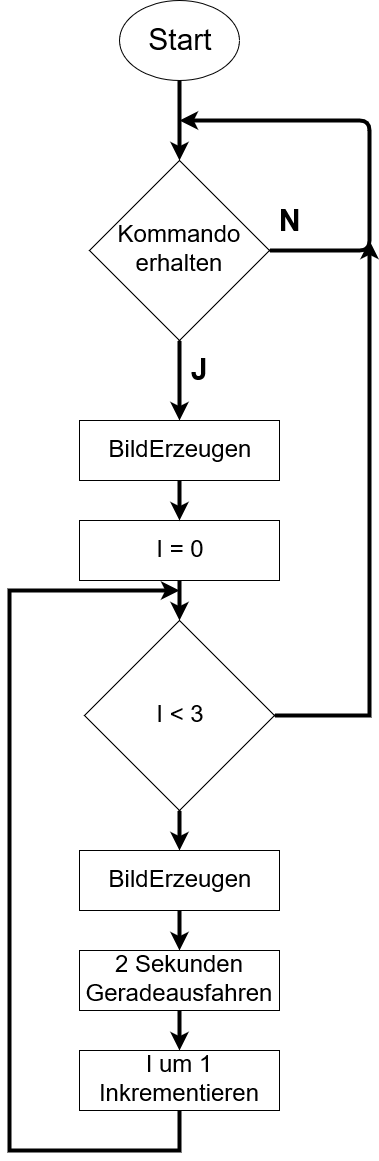
The draw.io diagram Ablaufdiagramm.png in GretaThunbergUltras/Aufgabe-11, before a commit. Source tidied: cells renumbered, new cells last; positions are measured from the earlier drawing's top-left corner, leaving out a move shared by most shapes.
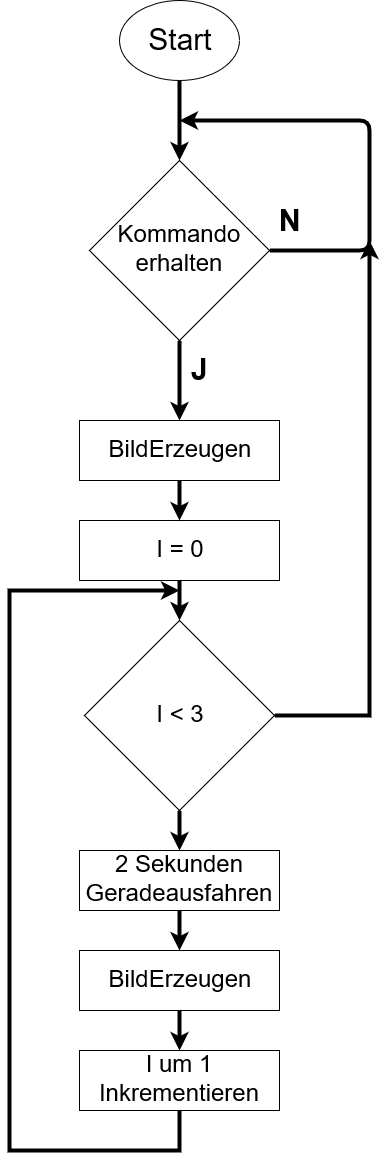
Later version of the same file.

Commit message:
Präsentation added Ablaufdiagramm edited

What changed in the source:
```diff
@@ -49,32 +49,28 @@
     <mxCell id="12" style="endArrow=classic;html=1;strokeWidth=4;exitX=0.5;exitY=1;exitDx=0;exitDy=0;entryX=0.5;entryY=0;entryDx=0;entryDy=0;" parent="1" edge="1" source="9" target="11">
       <mxGeometry relative="1" as="geometry" />
     </mxCell>
-    <mxCell id="13" style="edgeStyle=orthogonalEdgeStyle;rounded=0;jettySize=auto;html=1;entryX=0.5;entryY=0;entryDx=0;entryDy=0;strokeWidth=4;" parent="1" edge="1" source="15" target="17">
-      <mxGeometry relative="1" as="geometry" />
-    </mxCell>
     <mxCell id="14" style="edgeStyle=orthogonalEdgeStyle;rounded=0;jettySize=auto;html=1;strokeWidth=4;" parent="1" edge="1" source="15">
       <mxGeometry relative="1" as="geometry">
         <mxPoint x="360" y="240" as="targetPoint" />
       </mxGeometry>
     </mxCell>
+    <mxCell id="22" style="edgeStyle=orthogonalEdgeStyle;rounded=0;jettySize=auto;html=1;exitX=0.5;exitY=1;exitDx=0;exitDy=0;entryX=0.5;entryY=0;entryDx=0;entryDy=0;strokeWidth=4;" parent="1" edge="1" source="15" target="19">
+      <mxGeometry relative="1" as="geometry" />
+    </mxCell>
     <mxCell id="15" value="&lt;font style=&quot;font-size: 24px&quot;&gt;I &amp;lt; 3&lt;/font&gt;" style="rhombus;whiteSpace=wrap;html=1;" parent="1" vertex="1">
       <mxGeometry x="75" y="620" width="190" height="190" as="geometry" />
     </mxCell>
-    <mxCell id="16" style="edgeStyle=orthogonalEdgeStyle;rounded=0;jettySize=auto;html=1;strokeWidth=4;" parent="1" edge="1" source="17">
-      <mxGeometry relative="1" as="geometry">
-        <mxPoint x="170" y="950" as="targetPoint" />
-      </mxGeometry>
-    </mxCell>
+    <mxCell id="23" style="edgeStyle=orthogonalEdgeStyle;rounded=0;jettySize=auto;html=1;entryX=0.5;entryY=0;entryDx=0;entryDy=0;strokeWidth=4;" parent="1" edge="1" source="17" target="21">
+      <mxGeometry relative="1" as="geometry" />
+    </mxCell>
     <mxCell id="17" value="&lt;font style=&quot;font-size: 24px&quot;&gt;BildErzeugen&lt;/font&gt;" style="rounded=0;whiteSpace=wrap;html=1;" parent="1" vertex="1">
-      <mxGeometry x="70" y="850" width="200" height="60" as="geometry" />
+      <mxGeometry x="70" y="950" width="200" height="60" as="geometry" />
     </mxCell>
-    <mxCell id="18" style="edgeStyle=orthogonalEdgeStyle;rounded=0;jettySize=auto;html=1;strokeWidth=4;" parent="1" edge="1" source="19">
-      <mxGeometry relative="1" as="geometry">
-        <mxPoint x="170" y="1050" as="targetPoint" />
-      </mxGeometry>
-    </mxCell>
+    <mxCell id="24" style="edgeStyle=orthogonalEdgeStyle;rounded=0;jettySize=auto;html=1;exitX=0.5;exitY=1;exitDx=0;exitDy=0;strokeWidth=4;" parent="1" edge="1" source="19" target="17">
+      <mxGeometry relative="1" as="geometry" />
+    </mxCell>
     <mxCell id="19" value="&lt;font style=&quot;font-size: 24px&quot;&gt;2 Sekunden Geradeausfahren&lt;/font&gt;" style="rounded=0;whiteSpace=wrap;html=1;" parent="1" vertex="1">
-      <mxGeometry x="70" y="950" width="200" height="60" as="geometry" />
+      <mxGeometry x="70" y="850" width="200" height="60" as="geometry" />
     </mxCell>
     <mxCell id="20" style="edgeStyle=orthogonalEdgeStyle;rounded=0;jettySize=auto;html=1;strokeWidth=4;" parent="1" edge="1" source="21">
       <mxGeometry relative="1" as="geometry">
```
